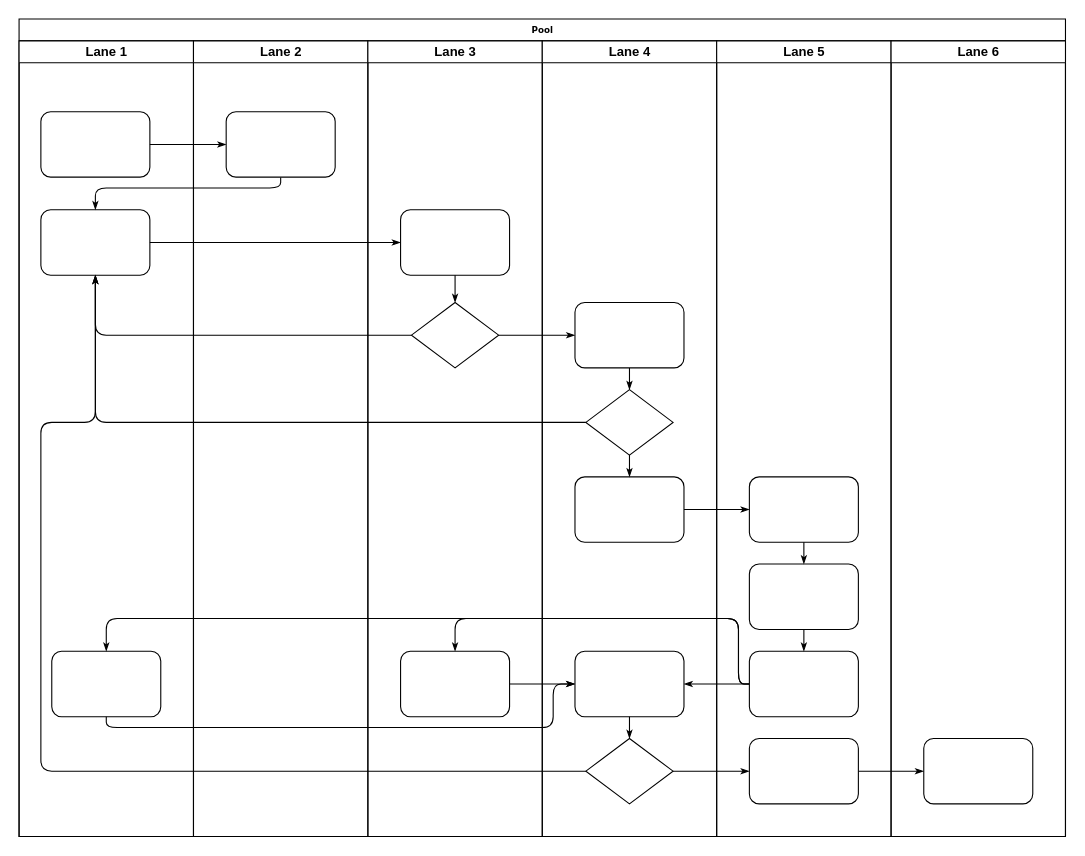
Earlier version of the draw.io diagram Untitled Diagram.drawio (doyaoencab/draw.io). Source tidied: cells renumbered, new cells numbered last; positions are measured from the earlier drawing's top-left corner, leaving out a move shared by most shapes. Both pictures are drawn from the tidied source at 109%, with x=0, y=0 at pixel (19, 19).
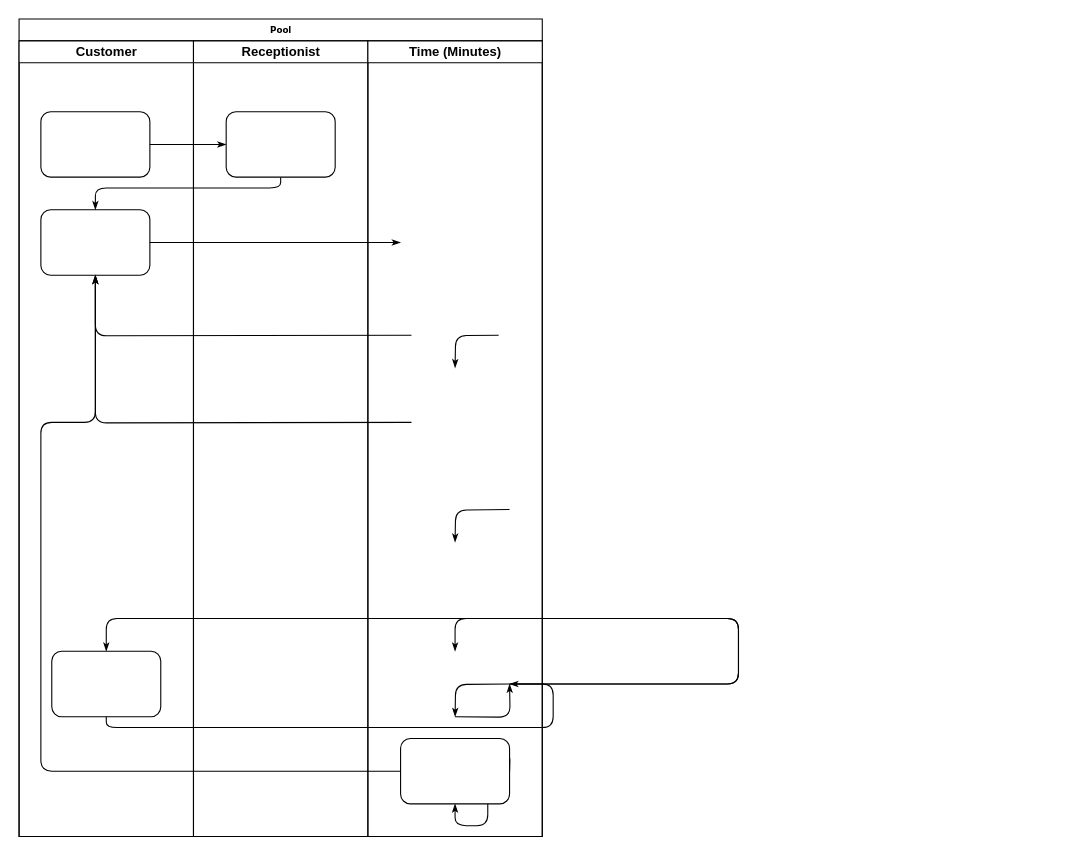
The same diagram, later.

Unchanged cells that the change refers to:
```xml
<mxCell id="5" style="rounded=1;whiteSpace=wrap;html=1;shadow=0;labelBackgroundColor=none;strokeWidth=1;fontFamily=Verdana;fontSize=8;align=center;" parent="3" vertex="1">
  <mxGeometry x="20" y="155" width="100" height="60" as="geometry" />
</mxCell>
<mxCell id="6" style="rounded=1;whiteSpace=wrap;html=1;shadow=0;labelBackgroundColor=none;strokeWidth=1;fontFamily=Verdana;fontSize=8;align=center;" parent="3" vertex="1">
  <mxGeometry x="30" y="560" width="100" height="60" as="geometry" />
</mxCell>
<mxCell id="46" style="rounded=1;whiteSpace=wrap;html=1;shadow=0;labelBackgroundColor=none;strokeWidth=1;fontFamily=Verdana;fontSize=8;align=center;" parent="45" vertex="1">
  <mxGeometry x="30" y="640" width="100" height="60" as="geometry" />
</mxCell>
```

Diff of the diagram source:
```diff
@@
     <mxCell id="2" value="Pool" style="swimlane;html=1;startSize=20;rounded=0;shadow=0;labelBackgroundColor=none;strokeWidth=1;fontFamily=Verdana;fontSize=8;align=center;" parent="1" vertex="1">
-      <mxGeometry width="960" height="750" as="geometry" />
+      <mxGeometry width="480" height="750" as="geometry" />
     </mxCell>
-    <mxCell id="3" value="Lane 1" style="swimlane;html=1;startSize=20;" parent="2" vertex="1">
+    <mxCell id="3" value="Customer" style="swimlane;html=1;startSize=20;" parent="2" vertex="1">
       <mxGeometry y="20" width="160" height="730" as="geometry" />
     </mxCell>
@@
-    <mxCell id="9" style="edgeStyle=orthogonalEdgeStyle;rounded=1;html=1;labelBackgroundColor=none;startArrow=none;startFill=0;startSize=5;endArrow=classicThin;endFill=1;endSize=5;jettySize=auto;strokeWidth=1;fontFamily=Verdana;fontSize=8;" parent="2" edge="1" source="5" target="25">
-      <mxGeometry relative="1" as="geometry" />
+    <mxCell id="9" style="edgeStyle=orthogonalEdgeStyle;rounded=1;html=1;labelBackgroundColor=none;startArrow=none;startFill=0;startSize=5;endArrow=classicThin;endFill=1;endSize=5;jettySize=auto;strokeWidth=1;fontFamily=Verdana;fontSize=8;" parent="2" edge="1" source="5">
+      <mxGeometry relative="1" as="geometry">
+        <mxPoint x="350" y="205" as="targetPoint" />
+      </mxGeometry>
     </mxCell>
-    <mxCell id="10" style="edgeStyle=orthogonalEdgeStyle;rounded=1;html=1;labelBackgroundColor=none;startArrow=none;startFill=0;startSize=5;endArrow=classicThin;endFill=1;endSize=5;jettySize=auto;strokeWidth=1;fontFamily=Verdana;fontSize=8;" parent="2" edge="1" source="26" target="5">
-      <mxGeometry relative="1" as="geometry" />
+    <mxCell id="10" style="edgeStyle=orthogonalEdgeStyle;rounded=1;html=1;labelBackgroundColor=none;startArrow=none;startFill=0;startSize=5;endArrow=classicThin;endFill=1;endSize=5;jettySize=auto;strokeWidth=1;fontFamily=Verdana;fontSize=8;" parent="2" edge="1" target="5">
+      <mxGeometry relative="1" as="geometry">
+        <mxPoint x="360" y="290" as="sourcePoint" />
+      </mxGeometry>
     </mxCell>
-    <mxCell id="11" style="edgeStyle=orthogonalEdgeStyle;rounded=1;html=1;labelBackgroundColor=none;startArrow=none;startFill=0;startSize=5;endArrow=classicThin;endFill=1;endSize=5;jettySize=auto;strokeWidth=1;fontFamily=Verdana;fontSize=8;" parent="2" edge="1" source="31" target="5">
-      <mxGeometry relative="1" as="geometry" />
+    <mxCell id="11" style="edgeStyle=orthogonalEdgeStyle;rounded=1;html=1;labelBackgroundColor=none;startArrow=none;startFill=0;startSize=5;endArrow=classicThin;endFill=1;endSize=5;jettySize=auto;strokeWidth=1;fontFamily=Verdana;fontSize=8;" parent="2" edge="1" target="5">
+      <mxGeometry relative="1" as="geometry">
+        <mxPoint x="360" y="370" as="sourcePoint" />
+      </mxGeometry>
     </mxCell>
-    <mxCell id="12" style="edgeStyle=orthogonalEdgeStyle;rounded=1;html=1;labelBackgroundColor=none;startArrow=none;startFill=0;startSize=5;endArrow=classicThin;endFill=1;endSize=5;jettySize=auto;strokeWidth=1;fontFamily=Verdana;fontSize=8;" parent="2" edge="1" source="34" target="5">
+    <mxCell id="12" style="edgeStyle=orthogonalEdgeStyle;rounded=1;html=1;labelBackgroundColor=none;startArrow=none;startFill=0;startSize=5;endArrow=classicThin;endFill=1;endSize=5;jettySize=auto;strokeWidth=1;fontFamily=Verdana;fontSize=8;" parent="2" edge="1" target="5">
       <mxGeometry relative="1" as="geometry">
+        <mxPoint x="360" y="690" as="sourcePoint" />
         <Array as="points">
           <mxPoint x="20" y="690" />
           <mxPoint x="20" y="370" />
           <mxPoint x="70" y="370" />
         </Array>
       </mxGeometry>
     </mxCell>
-    <mxCell id="13" style="edgeStyle=orthogonalEdgeStyle;rounded=1;html=1;labelBackgroundColor=none;startArrow=none;startFill=0;startSize=5;endArrow=classicThin;endFill=1;endSize=5;jettySize=auto;strokeWidth=1;fontFamily=Verdana;fontSize=8;" parent="2" edge="1" source="26" target="30">
-      <mxGeometry relative="1" as="geometry" />
+    <mxCell id="13" style="edgeStyle=orthogonalEdgeStyle;rounded=1;html=1;labelBackgroundColor=none;startArrow=none;startFill=0;startSize=5;endArrow=classicThin;endFill=1;endSize=5;jettySize=auto;orthogonalLoop=1;strokeWidth=1;fontFamily=Verdana;fontSize=8;" parent="2" edge="1">
+      <mxGeometry relative="1" as="geometry">
+        <mxPoint x="440" y="290" as="sourcePoint" />
+        <mxPoint x="400" y="320" as="targetPoint" />
+      </mxGeometry>
     </mxCell>
-    <mxCell id="14" style="edgeStyle=orthogonalEdgeStyle;rounded=1;html=1;labelBackgroundColor=none;startArrow=none;startFill=0;startSize=5;endArrow=classicThin;endFill=1;endSize=5;jettySize=auto;strokeWidth=1;fontFamily=Verdana;fontSize=8;" parent="2" edge="1" source="34" target="42">
-      <mxGeometry relative="1" as="geometry" />
+    <mxCell id="14" style="edgeStyle=orthogonalEdgeStyle;rounded=1;html=1;labelBackgroundColor=none;startArrow=none;startFill=0;startSize=5;endArrow=classicThin;endFill=1;endSize=5;jettySize=auto;orthogonalLoop=1;strokeWidth=1;fontFamily=Verdana;fontSize=8;" parent="2" edge="1">
+      <mxGeometry relative="1" as="geometry">
+        <mxPoint x="440" y="690" as="sourcePoint" />
+        <mxPoint x="400" y="720" as="targetPoint" />
+      </mxGeometry>
     </mxCell>
-    <mxCell id="15" style="edgeStyle=orthogonalEdgeStyle;rounded=1;html=1;labelBackgroundColor=none;startArrow=none;startFill=0;startSize=5;endArrow=classicThin;endFill=1;endSize=5;jettySize=auto;strokeWidth=1;fontFamily=Verdana;fontSize=8;" parent="2" edge="1" source="42" target="46">
-      <mxGeometry relative="1" as="geometry" />
+    <mxCell id="15" style="edgeStyle=orthogonalEdgeStyle;rounded=1;html=1;labelBackgroundColor=none;startArrow=none;startFill=0;startSize=5;endArrow=classicThin;endFill=1;endSize=5;jettySize=auto;strokeWidth=1;fontFamily=Verdana;fontSize=8;" parent="2" edge="1" target="46">
+      <mxGeometry relative="1" as="geometry">
+        <mxPoint x="450" y="690" as="sourcePoint" />
+      </mxGeometry>
     </mxCell>
-    <mxCell id="16" style="edgeStyle=orthogonalEdgeStyle;rounded=1;html=1;labelBackgroundColor=none;startArrow=none;startFill=0;startSize=5;endArrow=classicThin;endFill=1;endSize=5;jettySize=auto;strokeWidth=1;fontFamily=Verdana;fontSize=8;" parent="2" edge="1" source="32" target="39">
-      <mxGeometry relative="1" as="geometry" />
+    <mxCell id="16" style="edgeStyle=orthogonalEdgeStyle;rounded=1;html=1;labelBackgroundColor=none;startArrow=none;startFill=0;startSize=5;endArrow=classicThin;endFill=1;endSize=5;jettySize=auto;orthogonalLoop=1;strokeWidth=1;fontFamily=Verdana;fontSize=8;" parent="2" edge="1">
+      <mxGeometry relative="1" as="geometry">
+        <mxPoint x="450" y="450" as="sourcePoint" />
+        <mxPoint x="400" y="480" as="targetPoint" />
+      </mxGeometry>
     </mxCell>
-    <mxCell id="17" style="edgeStyle=orthogonalEdgeStyle;rounded=1;html=1;labelBackgroundColor=none;startArrow=none;startFill=0;startSize=5;endArrow=classicThin;endFill=1;endSize=5;jettySize=auto;strokeWidth=1;fontFamily=Verdana;fontSize=8;" parent="2" edge="1" source="41" target="27">
+    <mxCell id="17" style="edgeStyle=orthogonalEdgeStyle;rounded=1;html=1;labelBackgroundColor=none;startArrow=none;startFill=0;startSize=5;endArrow=classicThin;endFill=1;endSize=5;jettySize=auto;orthogonalLoop=1;strokeWidth=1;fontFamily=Verdana;fontSize=8;" parent="2" edge="1">
       <mxGeometry relative="1" as="geometry">
+        <mxPoint x="450" y="610" as="sourcePoint" />
+        <mxPoint x="400" y="580" as="targetPoint" />
         <Array as="points">
           <mxPoint x="660" y="610" />
           <mxPoint x="660" y="550" />
           <mxPoint x="400" y="550" />
         </Array>
       </mxGeometry>
     </mxCell>
-    <mxCell id="18" style="edgeStyle=orthogonalEdgeStyle;rounded=1;html=1;labelBackgroundColor=none;startArrow=none;startFill=0;startSize=5;endArrow=classicThin;endFill=1;endSize=5;jettySize=auto;strokeColor=#000000;strokeWidth=1;fontFamily=Verdana;fontSize=8;fontColor=#000000;" parent="2" edge="1" source="41" target="33">
-      <mxGeometry relative="1" as="geometry" />
+    <mxCell id="18" style="edgeStyle=orthogonalEdgeStyle;rounded=1;html=1;labelBackgroundColor=none;startArrow=none;startFill=0;startSize=5;endArrow=classicThin;endFill=1;endSize=5;jettySize=auto;orthogonalLoop=1;strokeColor=#000000;strokeWidth=1;fontFamily=Verdana;fontSize=8;fontColor=#000000;" parent="2" edge="1">
+      <mxGeometry relative="1" as="geometry">
+        <mxPoint x="400" y="640" as="sourcePoint" />
+        <mxPoint x="450" y="610" as="targetPoint" />
+      </mxGeometry>
     </mxCell>
-    <mxCell id="19" style="edgeStyle=orthogonalEdgeStyle;rounded=1;html=1;labelBackgroundColor=none;startArrow=none;startFill=0;startSize=5;endArrow=classicThin;endFill=1;endSize=5;jettySize=auto;strokeWidth=1;fontFamily=Verdana;fontSize=8;" parent="2" edge="1" source="41" target="6">
+    <mxCell id="19" style="edgeStyle=orthogonalEdgeStyle;rounded=1;html=1;labelBackgroundColor=none;startArrow=none;startFill=0;startSize=5;endArrow=classicThin;endFill=1;endSize=5;jettySize=auto;strokeWidth=1;fontFamily=Verdana;fontSize=8;" parent="2" edge="1" target="6">
       <mxGeometry relative="1" as="geometry">
+        <mxPoint x="450" y="610" as="sourcePoint" />
         <Array as="points">
           <mxPoint x="660" y="610" />
           <mxPoint x="660" y="550" />
           <mxPoint x="80" y="550" />
         </Array>
       </mxGeometry>
     </mxCell>
-    <mxCell id="20" style="edgeStyle=orthogonalEdgeStyle;rounded=1;html=1;labelBackgroundColor=none;startArrow=none;startFill=0;startSize=5;endArrow=classicThin;endFill=1;endSize=5;jettySize=auto;strokeWidth=1;fontFamily=Verdana;fontSize=8;" parent="2" edge="1" source="6" target="33">
+    <mxCell id="20" style="edgeStyle=orthogonalEdgeStyle;rounded=1;html=1;labelBackgroundColor=none;startArrow=none;startFill=0;startSize=5;endArrow=classicThin;endFill=1;endSize=5;jettySize=auto;strokeWidth=1;fontFamily=Verdana;fontSize=8;" parent="2" edge="1" source="6">
       <mxGeometry relative="1" as="geometry">
+        <mxPoint x="450" y="610" as="targetPoint" />
         <Array as="points">
           <mxPoint x="80" y="650" />
           <mxPoint x="490" y="650" />
           <mxPoint x="490" y="610" />
         </Array>
       </mxGeometry>
     </mxCell>
-    <mxCell id="21" style="edgeStyle=orthogonalEdgeStyle;rounded=1;html=1;labelBackgroundColor=none;startArrow=none;startFill=0;startSize=5;endArrow=classicThin;endFill=1;endSize=5;jettySize=auto;strokeWidth=1;fontFamily=Verdana;fontSize=8;" parent="2" edge="1" source="27" target="33">
-      <mxGeometry relative="1" as="geometry" />
+    <mxCell id="21" style="edgeStyle=orthogonalEdgeStyle;rounded=1;html=1;labelBackgroundColor=none;startArrow=none;startFill=0;startSize=5;endArrow=classicThin;endFill=1;endSize=5;jettySize=auto;orthogonalLoop=1;strokeWidth=1;fontFamily=Verdana;fontSize=8;" parent="2" edge="1">
+      <mxGeometry relative="1" as="geometry">
+        <mxPoint x="450" y="610" as="sourcePoint" />
+        <mxPoint x="400" y="640" as="targetPoint" />
+      </mxGeometry>
     </mxCell>
-    <mxCell id="22" value="Lane 2" style="swimlane;html=1;startSize=20;" parent="2" vertex="1">
+    <mxCell id="22" value="Receptionist" style="swimlane;html=1;startSize=20;" parent="2" vertex="1">
       <mxGeometry x="160" y="20" width="160" height="730" as="geometry" />
     </mxCell>
@@
-    <mxCell id="24" value="Lane 3" style="swimlane;html=1;startSize=20;" parent="2" vertex="1">
-      <mxGeometry x="320" y="20" width="160" height="730" as="geometry" />
-    </mxCell>
-    <mxCell id="25" style="rounded=1;whiteSpace=wrap;html=1;shadow=0;labelBackgroundColor=none;strokeWidth=1;fontFamily=Verdana;fontSize=8;align=center;" parent="24" vertex="1">
-      <mxGeometry x="30" y="155" width="100" height="60" as="geometry" />
-    </mxCell>
-    <mxCell id="26" style="rhombus;whiteSpace=wrap;html=1;rounded=0;shadow=0;labelBackgroundColor=none;strokeWidth=1;fontFamily=Verdana;fontSize=8;align=center;" parent="24" vertex="1">
-      <mxGeometry x="40" y="240" width="80" height="60" as="geometry" />
-    </mxCell>
-    <mxCell id="27" style="rounded=1;whiteSpace=wrap;html=1;shadow=0;labelBackgroundColor=none;strokeWidth=1;fontFamily=Verdana;fontSize=8;align=center;" parent="24" vertex="1">
-      <mxGeometry x="30" y="560" width="100" height="60" as="geometry" />
-    </mxCell>
-    <mxCell id="28" style="edgeStyle=orthogonalEdgeStyle;rounded=1;html=1;labelBackgroundColor=none;startArrow=none;startFill=0;startSize=5;endArrow=classicThin;endFill=1;endSize=5;jettySize=auto;strokeWidth=1;fontFamily=Verdana;fontSize=8;" parent="24" edge="1" source="25" target="26">
-      <mxGeometry relative="1" as="geometry" />
-    </mxCell>
-    <mxCell id="29" value="Lane 4" style="swimlane;html=1;startSize=20;" parent="2" vertex="1">
-      <mxGeometry x="480" y="20" width="160" height="730" as="geometry" />
-    </mxCell>
-    <mxCell id="30" style="rounded=1;whiteSpace=wrap;html=1;shadow=0;labelBackgroundColor=none;strokeWidth=1;fontFamily=Verdana;fontSize=8;align=center;" parent="29" vertex="1">
-      <mxGeometry x="30" y="240" width="100" height="60" as="geometry" />
-    </mxCell>
-    <mxCell id="31" style="rhombus;whiteSpace=wrap;html=1;rounded=0;shadow=0;labelBackgroundColor=none;strokeWidth=1;fontFamily=Verdana;fontSize=8;align=center;" parent="29" vertex="1">
-      <mxGeometry x="40" y="320" width="80" height="60" as="geometry" />
-    </mxCell>
-    <mxCell id="32" style="rounded=1;whiteSpace=wrap;html=1;shadow=0;labelBackgroundColor=none;strokeWidth=1;fontFamily=Verdana;fontSize=8;align=center;" parent="29" vertex="1">
-      <mxGeometry x="30" y="400" width="100" height="60" as="geometry" />
-    </mxCell>
-    <mxCell id="33" style="rounded=1;whiteSpace=wrap;html=1;shadow=0;labelBackgroundColor=none;strokeWidth=1;fontFamily=Verdana;fontSize=8;align=center;" parent="29" vertex="1">
-      <mxGeometry x="30" y="560" width="100" height="60" as="geometry" />
-    </mxCell>
-    <mxCell id="34" style="rhombus;whiteSpace=wrap;html=1;rounded=0;shadow=0;labelBackgroundColor=none;strokeWidth=1;fontFamily=Verdana;fontSize=8;align=center;" parent="29" vertex="1">
-      <mxGeometry x="40" y="640" width="80" height="60" as="geometry" />
-    </mxCell>
-    <mxCell id="35" style="edgeStyle=orthogonalEdgeStyle;rounded=1;html=1;labelBackgroundColor=none;startArrow=none;startFill=0;startSize=5;endArrow=classicThin;endFill=1;endSize=5;jettySize=auto;strokeColor=#000000;strokeWidth=1;fontFamily=Verdana;fontSize=8;fontColor=#000000;" parent="29" edge="1" source="30" target="31">
-      <mxGeometry relative="1" as="geometry" />
-    </mxCell>
-    <mxCell id="36" style="edgeStyle=orthogonalEdgeStyle;rounded=1;html=1;labelBackgroundColor=none;startArrow=none;startFill=0;startSize=5;endArrow=classicThin;endFill=1;endSize=5;jettySize=auto;strokeWidth=1;fontFamily=Verdana;fontSize=8;" parent="29" edge="1" source="31" target="32">
-      <mxGeometry relative="1" as="geometry" />
-    </mxCell>
-    <mxCell id="37" style="edgeStyle=orthogonalEdgeStyle;rounded=1;html=1;labelBackgroundColor=none;startArrow=none;startFill=0;startSize=5;endArrow=classicThin;endFill=1;endSize=5;jettySize=auto;strokeWidth=1;fontFamily=Verdana;fontSize=8;" parent="29" edge="1" source="33" target="34">
-      <mxGeometry relative="1" as="geometry" />
-    </mxCell>
-    <mxCell id="38" value="Lane 5" style="swimlane;html=1;startSize=20;" parent="2" vertex="1">
-      <mxGeometry x="640" y="20" width="160" height="730" as="geometry" />
-    </mxCell>
-    <mxCell id="39" style="rounded=1;whiteSpace=wrap;html=1;shadow=0;labelBackgroundColor=none;strokeWidth=1;fontFamily=Verdana;fontSize=8;align=center;" parent="38" vertex="1">
-      <mxGeometry x="30" y="400" width="100" height="60" as="geometry" />
-    </mxCell>
-    <mxCell id="40" style="rounded=1;whiteSpace=wrap;html=1;shadow=0;labelBackgroundColor=none;strokeWidth=1;fontFamily=Verdana;fontSize=8;align=center;" parent="38" vertex="1">
-      <mxGeometry x="30" y="480" width="100" height="60" as="geometry" />
-    </mxCell>
-    <mxCell id="41" style="rounded=1;whiteSpace=wrap;html=1;shadow=0;labelBackgroundColor=none;strokeWidth=1;fontFamily=Verdana;fontSize=8;align=center;" parent="38" vertex="1">
-      <mxGeometry x="30" y="560" width="100" height="60" as="geometry" />
-    </mxCell>
-    <mxCell id="42" style="rounded=1;whiteSpace=wrap;html=1;shadow=0;labelBackgroundColor=none;strokeWidth=1;fontFamily=Verdana;fontSize=8;align=center;" parent="38" vertex="1">
-      <mxGeometry x="30" y="640" width="100" height="60" as="geometry" />
-    </mxCell>
-    <mxCell id="43" style="edgeStyle=orthogonalEdgeStyle;rounded=1;html=1;labelBackgroundColor=none;startArrow=none;startFill=0;startSize=5;endArrow=classicThin;endFill=1;endSize=5;jettySize=auto;strokeWidth=1;fontFamily=Verdana;fontSize=8;" parent="38" edge="1" source="39" target="40">
-      <mxGeometry relative="1" as="geometry" />
-    </mxCell>
-    <mxCell id="44" style="edgeStyle=orthogonalEdgeStyle;rounded=1;html=1;labelBackgroundColor=none;startArrow=none;startFill=0;startSize=5;endArrow=classicThin;endFill=1;endSize=5;jettySize=auto;strokeWidth=1;fontFamily=Verdana;fontSize=8;" parent="38" edge="1" source="40" target="41">
-      <mxGeometry relative="1" as="geometry" />
-    </mxCell>
-    <mxCell id="45" value="Lane 6" style="swimlane;html=1;startSize=20;" parent="2" vertex="1">
-      <mxGeometry x="800" y="20" width="160" height="730" as="geometry" />
+    <mxCell id="45" value="Time (Minutes)" style="swimlane;html=1;startSize=20;" parent="2" vertex="1">
+      <mxGeometry x="320" y="20" width="160" height="730" as="geometry" />
     </mxCell>
```
